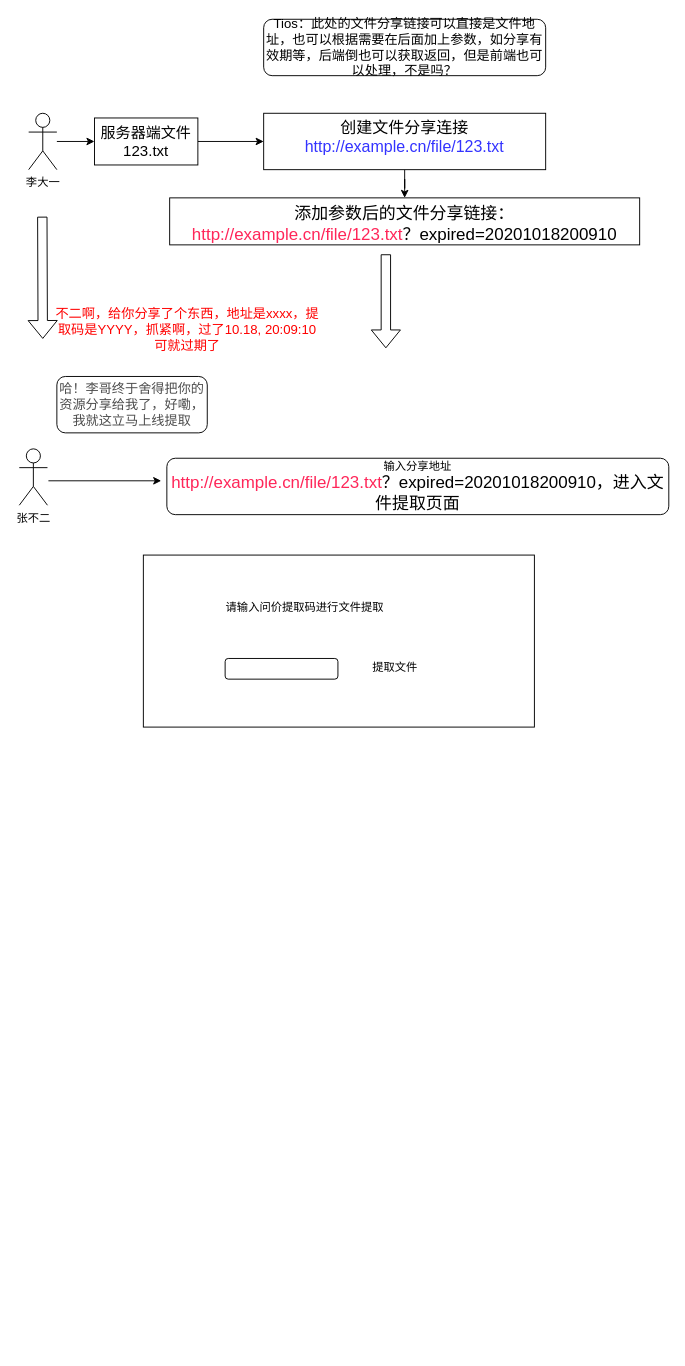
This is Untitled Diagram.drawio from simplesmall/DrawIO, a draw.io file, before an edit. Source tidied: cells renumbered, new cells numbered last; positions are measured from the earlier drawing's top-left corner, leaving out a move shared by most shapes. Both pictures are drawn from the tidied source at 94%, with x=0, y=0 at pixel (19, 19).
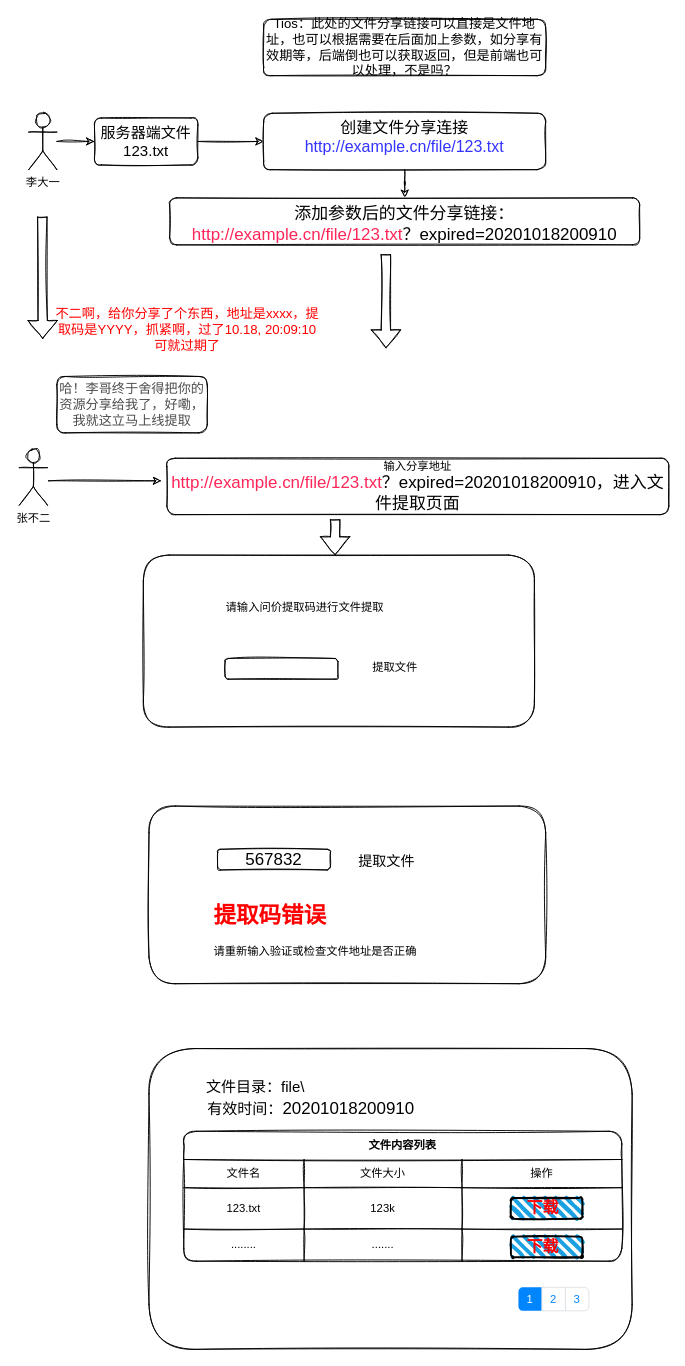
The same diagram, later.

What changed in the source:
```diff
@@
-    <mxCell id="2" style="edgeStyle=orthogonalEdgeStyle;rounded=0;jettySize=auto;html=1;" parent="1" edge="1" source="3" target="5">
+    <mxCell id="2" style="edgeStyle=orthogonalEdgeStyle;jettySize=auto;html=1;sketch=1;" parent="1" edge="1" source="3" target="5">
       <mxGeometry relative="1" as="geometry" />
     </mxCell>
-    <mxCell id="3" value="李大一" style="shape=umlActor;verticalLabelPosition=bottom;verticalAlign=top;html=1;outlineConnect=0;" parent="1" vertex="1">
+    <mxCell id="3" value="李大一" style="shape=umlActor;verticalLabelPosition=bottom;verticalAlign=top;html=1;outlineConnect=0;sketch=1;rounded=1;" parent="1" vertex="1">
       <mxGeometry x="10" y="100" width="30" height="60" as="geometry" />
     </mxCell>
-    <mxCell id="4" style="edgeStyle=orthogonalEdgeStyle;rounded=0;jettySize=auto;html=1;" parent="1" edge="1" source="5" target="7">
+    <mxCell id="4" style="edgeStyle=orthogonalEdgeStyle;jettySize=auto;html=1;sketch=1;" parent="1" edge="1" source="5" target="7">
       <mxGeometry relative="1" as="geometry" />
     </mxCell>
-    <mxCell id="5" value="&lt;font style=&quot;font-size: 16px&quot;&gt;服务器端文件&lt;br&gt;123.txt&lt;/font&gt;" style="whiteSpace=wrap;html=1;verticalAlign=top;" parent="1" vertex="1">
+    <mxCell id="5" value="&lt;font style=&quot;font-size: 16px&quot;&gt;服务器端文件&lt;br&gt;123.txt&lt;/font&gt;" style="whiteSpace=wrap;html=1;verticalAlign=top;sketch=1;rounded=1;" parent="1" vertex="1">
       <mxGeometry x="80" y="105" width="110" height="50" as="geometry" />
     </mxCell>
-    <mxCell id="6" style="edgeStyle=orthogonalEdgeStyle;rounded=0;jettySize=auto;html=1;" parent="1" edge="1" source="7" target="10">
+    <mxCell id="6" style="edgeStyle=orthogonalEdgeStyle;jettySize=auto;html=1;sketch=1;" parent="1" edge="1" source="7" target="10">
       <mxGeometry relative="1" as="geometry" />
     </mxCell>
-    <mxCell id="7" value="&lt;font style=&quot;font-size: 17px&quot;&gt;创建文件分享连接&lt;br&gt;&lt;font color=&quot;#3333ff&quot;&gt;http://example.cn/file/123.txt&lt;/font&gt;&lt;/font&gt;" style="whiteSpace=wrap;html=1;verticalAlign=top;" parent="1" vertex="1">
+    <mxCell id="7" value="&lt;font style=&quot;font-size: 17px&quot;&gt;创建文件分享连接&lt;br&gt;&lt;font color=&quot;#3333ff&quot;&gt;http://example.cn/file/123.txt&lt;/font&gt;&lt;/font&gt;" style="whiteSpace=wrap;html=1;verticalAlign=top;sketch=1;rounded=1;" parent="1" vertex="1">
       <mxGeometry x="260" y="100" width="300" height="60" as="geometry" />
     </mxCell>
-    <mxCell id="8" style="shape=flexArrow;endArrow=classic;html=1;" parent="1" edge="1">
+    <mxCell id="8" style="shape=flexArrow;endArrow=classic;html=1;sketch=1;" parent="1" edge="1">
       <mxGeometry relative="1" as="geometry">
         <mxPoint x="390" y="250" as="sourcePoint" />
         <mxPoint x="390" y="350" as="targetPoint" />
       </mxGeometry>
     </mxCell>
-    <mxCell id="9" value="&lt;font style=&quot;font-size: 14px&quot;&gt;Tios：此处的文件分享链接可以直接是文件地址，也可以根据需要在后面加上参数，如分享有效期等，后端倒也可以获取返回，但是前端也可以处理，不是吗？&lt;/font&gt;" style="rounded=1;whiteSpace=wrap;html=1;" parent="1" vertex="1">
+    <mxCell id="9" value="&lt;font style=&quot;font-size: 14px&quot;&gt;Tios：此处的文件分享链接可以直接是文件地址，也可以根据需要在后面加上参数，如分享有效期等，后端倒也可以获取返回，但是前端也可以处理，不是吗？&lt;/font&gt;" style="whiteSpace=wrap;html=1;sketch=1;rounded=1;" parent="1" vertex="1">
       <mxGeometry x="260" width="300" height="60" as="geometry" />
     </mxCell>
-    <mxCell id="10" value="&lt;font style=&quot;font-size: 18px&quot;&gt;添加参数后的文件分享链接：&lt;br&gt;&lt;font color=&quot;#ff2659&quot;&gt;http://example.cn/file/123.txt&lt;/font&gt;？expired=20201018200910&lt;/font&gt;" style="whiteSpace=wrap;html=1;verticalAlign=top;" parent="1" vertex="1">
+    <mxCell id="10" value="&lt;font style=&quot;font-size: 18px&quot;&gt;添加参数后的文件分享链接：&lt;br&gt;&lt;font color=&quot;#ff2659&quot;&gt;http://example.cn/file/123.txt&lt;/font&gt;？expired=20201018200910&lt;/font&gt;" style="whiteSpace=wrap;html=1;verticalAlign=top;sketch=1;rounded=1;" parent="1" vertex="1">
       <mxGeometry x="160" y="190" width="500" height="50" as="geometry" />
     </mxCell>
-    <mxCell id="11" style="shape=flexArrow;endArrow=classic;html=1;" parent="1" edge="1">
+    <mxCell id="11" style="shape=flexArrow;endArrow=classic;html=1;sketch=1;" parent="1" edge="1">
       <mxGeometry relative="1" as="geometry">
         <mxPoint x="24.5" y="210" as="sourcePoint" />
         <mxPoint x="25" y="340" as="targetPoint" />
       </mxGeometry>
     </mxCell>
-    <mxCell id="12" value="&lt;font color=&quot;#ff0000&quot; style=&quot;font-size: 14px&quot;&gt;不二啊，给你分享了个东西，地址是xxxx，提取码是YYYY，抓紧啊，过了10.18, 20:09:10可就过期了&lt;/font&gt;" style="text;html=1;strokeColor=none;fillColor=none;align=center;verticalAlign=middle;whiteSpace=wrap;rounded=0;" parent="1" vertex="1">
+    <mxCell id="12" value="&lt;font color=&quot;#ff0000&quot; style=&quot;font-size: 14px&quot;&gt;不二啊，给你分享了个东西，地址是xxxx，提取码是YYYY，抓紧啊，过了10.18, 20:09:10可就过期了&lt;/font&gt;" style="text;html=1;strokeColor=none;fillColor=none;align=center;verticalAlign=middle;whiteSpace=wrap;sketch=1;rounded=1;" parent="1" vertex="1">
       <mxGeometry x="34" y="320" width="290" height="20" as="geometry" />
     </mxCell>
-    <mxCell id="13" style="edgeStyle=orthogonalEdgeStyle;rounded=0;orthogonalLoop=1;jettySize=auto;html=1;" parent="1" edge="1">
+    <mxCell id="13" style="edgeStyle=orthogonalEdgeStyle;orthogonalLoop=1;jettySize=auto;html=1;sketch=1;" parent="1" edge="1">
       <mxGeometry relative="1" as="geometry">
         <mxPoint x="31" y="491" as="sourcePoint" />
         <mxPoint x="151" y="491" as="targetPoint" />
       </mxGeometry>
     </mxCell>
-    <mxCell id="14" value="张不二" style="shape=umlActor;verticalLabelPosition=bottom;verticalAlign=top;html=1;" parent="1" vertex="1">
+    <mxCell id="14" value="张不二" style="shape=umlActor;verticalLabelPosition=bottom;verticalAlign=top;html=1;sketch=1;rounded=1;" parent="1" vertex="1">
       <mxGeometry y="457" width="30" height="60" as="geometry" />
     </mxCell>
-    <mxCell id="15" value="&lt;font style=&quot;font-size: 14px&quot; color=&quot;#4d4d4d&quot;&gt;哈！李哥终于舍得把你的资源分享给我了，好嘞，我就这立马上线提取&lt;/font&gt;" style="rounded=1;whiteSpace=wrap;html=1;" parent="1" vertex="1">
+    <mxCell id="15" value="&lt;font style=&quot;font-size: 14px&quot; color=&quot;#4d4d4d&quot;&gt;哈！李哥终于舍得把你的资源分享给我了，好嘞，我就这立马上线提取&lt;/font&gt;" style="whiteSpace=wrap;html=1;sketch=1;rounded=1;" parent="1" vertex="1">
       <mxGeometry x="40" y="380" width="160" height="60" as="geometry" />
     </mxCell>
-    <mxCell id="16" value="输入分享地址&lt;br&gt;&lt;font color=&quot;#ff2659&quot; style=&quot;font-size: 18px&quot;&gt;http://example.cn/file/123.txt&lt;/font&gt;&lt;span style=&quot;font-size: 18px&quot;&gt;？expired=20201018200910，进入文件提取页面&lt;/span&gt;" style="rounded=1;whiteSpace=wrap;html=1;" parent="1" vertex="1">
+    <mxCell id="16" value="输入分享地址&lt;br&gt;&lt;font color=&quot;#ff2659&quot; style=&quot;font-size: 18px&quot;&gt;http://example.cn/file/123.txt&lt;/font&gt;&lt;span style=&quot;font-size: 18px&quot;&gt;？expired=20201018200910，进入文件提取页面&lt;/span&gt;" style="whiteSpace=wrap;html=1;sketch=1;rounded=1;" parent="1" vertex="1">
       <mxGeometry x="157" y="467" width="534" height="60" as="geometry" />
     </mxCell>
-    <mxCell id="17" style="rounded=0;whiteSpace=wrap;html=1;" parent="1" vertex="1">
+    <mxCell id="17" style="whiteSpace=wrap;html=1;sketch=1;rounded=1;" parent="1" vertex="1">
       <mxGeometry x="132" y="570" width="416" height="183" as="geometry" />
     </mxCell>
-    <mxCell id="18" style="rounded=1;whiteSpace=wrap;html=1;" parent="1" vertex="1">
+    <mxCell id="18" style="whiteSpace=wrap;html=1;sketch=1;rounded=1;" parent="1" vertex="1">
       <mxGeometry x="219" y="680" width="120" height="22" as="geometry" />
     </mxCell>
-    <mxCell id="19" value="请输入问价提取码进行文件提取" style="text;html=1;strokeColor=none;fillColor=none;align=center;verticalAlign=middle;whiteSpace=wrap;rounded=0;" parent="1" vertex="1">
+    <mxCell id="19" value="请输入问价提取码进行文件提取" style="text;html=1;strokeColor=none;fillColor=none;align=center;verticalAlign=middle;whiteSpace=wrap;sketch=1;rounded=1;" parent="1" vertex="1">
       <mxGeometry x="217" y="616" width="174" height="20" as="geometry" />
     </mxCell>
-    <mxCell id="20" value="提取文件" style="text;html=1;strokeColor=none;fillColor=none;align=center;verticalAlign=middle;whiteSpace=wrap;rounded=0;" parent="1" vertex="1">
+    <mxCell id="20" value="提取文件" style="text;html=1;strokeColor=none;fillColor=none;align=center;verticalAlign=middle;whiteSpace=wrap;sketch=1;rounded=1;" parent="1" vertex="1">
       <mxGeometry x="366" y="680" width="68" height="20" as="geometry" />
     </mxCell>
+    <mxCell id="21" style="shape=flexArrow;endArrow=classic;html=1;sketch=1;" parent="1" edge="1">
+      <mxGeometry relative="1" as="geometry">
+        <mxPoint x="336" y="532" as="sourcePoint" />
+        <mxPoint x="336" y="570" as="targetPoint" />
+      </mxGeometry>
+    </mxCell>
+    <mxCell id="22" style="rounded=1;whiteSpace=wrap;html=1;sketch=1;" parent="1" vertex="1">
+      <mxGeometry x="138" y="837" width="422" height="189" as="geometry" />
+    </mxCell>
+    <mxCell id="23" value="&lt;font style=&quot;font-size: 18px&quot;&gt;567832&lt;/font&gt;" style="whiteSpace=wrap;html=1;sketch=1;rounded=1;" parent="1" vertex="1">
+      <mxGeometry x="211" y="883" width="120" height="22" as="geometry" />
+    </mxCell>
+    <mxCell id="24" value="&lt;font style=&quot;font-size: 15px&quot;&gt;提取文件&lt;/font&gt;" style="text;html=1;strokeColor=none;fillColor=none;align=center;verticalAlign=middle;whiteSpace=wrap;sketch=1;rounded=1;" parent="1" vertex="1">
+      <mxGeometry x="357" y="885" width="68" height="20" as="geometry" />
+    </mxCell>
+    <mxCell id="25" value="&lt;h1&gt;&lt;font color=&quot;#ff0000&quot;&gt;提取码错误&lt;/font&gt;&lt;/h1&gt;&lt;p&gt;请重新输入验证或检查文件地址是否正确&lt;/p&gt;" style="text;html=1;strokeColor=none;fillColor=none;spacing=5;spacingTop=-20;whiteSpace=wrap;overflow=hidden;rounded=0;sketch=1;" parent="1" vertex="1">
+      <mxGeometry x="202" y="934" width="263" height="67" as="geometry" />
+    </mxCell>
+    <mxCell id="26" style="rounded=1;whiteSpace=wrap;html=1;sketch=1;" parent="1" vertex="1">
+      <mxGeometry x="138" y="1095" width="514" height="320" as="geometry" />
+    </mxCell>
+    <mxCell id="27" value="&lt;font style=&quot;font-size: 16px&quot;&gt;文件目录：file\&lt;/font&gt;" style="text;html=1;strokeColor=none;fillColor=none;align=center;verticalAlign=middle;whiteSpace=wrap;rounded=0;sketch=1;" parent="1" vertex="1">
+      <mxGeometry x="179" y="1126" width="145" height="20" as="geometry" />
+    </mxCell>
+    <mxCell id="28" value="&lt;span style=&quot;font-size: 16px&quot;&gt;有效时间：&lt;/span&gt;&lt;span style=&quot;font-size: 18px&quot;&gt;20201018200910&lt;/span&gt;" style="text;html=1;strokeColor=none;fillColor=none;align=center;verticalAlign=middle;whiteSpace=wrap;rounded=0;sketch=1;" parent="1" vertex="1">
+      <mxGeometry x="179" y="1149" width="263" height="20" as="geometry" />
+    </mxCell>
+    <mxCell id="29" style="html=1;shadow=0;dashed=0;shape=mxgraph.bootstrap.rrect;rSize=5;strokeColor=#DEE2E6;html=1;whiteSpace=wrap;fillColor=#ffffff;fontColor=#0085FC;rounded=1;sketch=1;" parent="1" vertex="1">
+      <mxGeometry x="531" y="1349" width="75" height="25" as="geometry" />
+    </mxCell>
+    <mxCell id="30" value="1" style="strokeColor=inherit;fillColor=inherit;gradientColor=inherit;html=1;shadow=0;dashed=0;shape=mxgraph.bootstrap.leftButton;rSize=5;perimeter=none;whiteSpace=wrap;fillColor=#0085FC;strokeColor=none;fontColor=#ffffff;fontSize=12;" parent="29" vertex="1">
+      <mxGeometry width="25" height="25" relative="1" as="geometry" />
+    </mxCell>
+    <mxCell id="31" value="2" style="strokeColor=inherit;fillColor=inherit;gradientColor=inherit;fontColor=inherit;html=1;shadow=0;dashed=0;perimeter=none;whiteSpace=wrap;fontSize=12;" parent="29" vertex="1">
+      <mxGeometry width="25" height="25" relative="1" as="geometry">
+        <mxPoint x="25" as="offset" />
+      </mxGeometry>
+    </mxCell>
+    <mxCell id="32" value="3" style="strokeColor=inherit;fillColor=inherit;gradientColor=inherit;fontColor=inherit;html=1;shadow=0;dashed=0;shape=mxgraph.bootstrap.rightButton;rSize=5;perimeter=none;whiteSpace=wrap;fontSize=12;" parent="29" vertex="1">
+      <mxGeometry x="1" width="25" height="25" relative="1" as="geometry">
+        <mxPoint x="-25" as="offset" />
+      </mxGeometry>
+    </mxCell>
+    <mxCell id="33" value="文件内容列表" style="shape=table;html=1;whiteSpace=wrap;startSize=30;childLayout=tableLayout;fontStyle=1;align=center;rounded=1;sketch=1;" parent="1" vertex="1">
+      <mxGeometry x="175" y="1183" width="466" height="138.2" as="geometry" />
+    </mxCell>
+    <mxCell id="34" style="shape=partialRectangle;html=1;whiteSpace=wrap;fillColor=none;top=0;left=0;bottom=0;right=0;" parent="33" vertex="1">
+      <mxGeometry y="30" width="466" height="30" as="geometry" />
+    </mxCell>
+    <mxCell id="35" value="文件名" style="shape=partialRectangle;html=1;whiteSpace=wrap;fillColor=none;top=0;left=0;bottom=0;right=0;overflow=hidden;" parent="34" vertex="1">
+      <mxGeometry width="128" height="30" as="geometry" />
+    </mxCell>
+    <mxCell id="36" value="文件大小" style="shape=partialRectangle;html=1;whiteSpace=wrap;fillColor=none;top=0;left=0;bottom=0;right=0;overflow=hidden;" parent="34" vertex="1">
+      <mxGeometry x="128" width="168" height="30" as="geometry" />
+    </mxCell>
+    <mxCell id="37" value="操作" style="shape=partialRectangle;html=1;whiteSpace=wrap;fillColor=none;top=0;left=0;bottom=0;right=0;overflow=hidden;" parent="34" vertex="1">
+      <mxGeometry x="296" width="170" height="30" as="geometry" />
+    </mxCell>
+    <mxCell id="38" style="shape=partialRectangle;html=1;whiteSpace=wrap;fillColor=none;top=0;left=0;bottom=0;right=0;" parent="33" vertex="1">
+      <mxGeometry y="60" width="466" height="44" as="geometry" />
+    </mxCell>
+    <mxCell id="39" value="123.txt" style="shape=partialRectangle;html=1;whiteSpace=wrap;fillColor=none;top=0;left=0;bottom=0;right=0;overflow=hidden;" parent="38" vertex="1">
+      <mxGeometry width="128" height="44" as="geometry" />
+    </mxCell>
+    <mxCell id="40" value="123k" style="shape=partialRectangle;html=1;whiteSpace=wrap;fillColor=none;top=0;left=0;bottom=0;right=0;overflow=hidden;" parent="38" vertex="1">
+      <mxGeometry x="128" width="168" height="44" as="geometry" />
+    </mxCell>
+    <mxCell id="41" style="shape=partialRectangle;html=1;whiteSpace=wrap;fillColor=none;top=0;left=0;bottom=0;right=0;overflow=hidden;" parent="38" vertex="1">
+      <mxGeometry x="296" width="170" height="44" as="geometry" />
+    </mxCell>
+    <mxCell id="42" style="shape=partialRectangle;html=1;whiteSpace=wrap;fillColor=none;top=0;left=0;bottom=0;right=0;" parent="33" vertex="1">
+      <mxGeometry y="104" width="466" height="34" as="geometry" />
+    </mxCell>
+    <mxCell id="43" value="........" style="shape=partialRectangle;html=1;whiteSpace=wrap;fillColor=none;top=0;left=0;bottom=0;right=0;overflow=hidden;" parent="42" vertex="1">
+      <mxGeometry width="128" height="34" as="geometry" />
+    </mxCell>
+    <mxCell id="44" value="......." style="shape=partialRectangle;html=1;whiteSpace=wrap;fillColor=none;top=0;left=0;bottom=0;right=0;overflow=hidden;" parent="42" vertex="1">
+      <mxGeometry x="128" width="168" height="34" as="geometry" />
+    </mxCell>
+    <mxCell id="45" style="shape=partialRectangle;html=1;whiteSpace=wrap;fillColor=none;top=0;left=0;bottom=0;right=0;overflow=hidden;" parent="42" vertex="1">
+      <mxGeometry x="296" width="170" height="34" as="geometry" />
+    </mxCell>
+    <mxCell id="46" style="rounded=1;whiteSpace=wrap;html=1;strokeWidth=2;fillWeight=4;hachureGap=8;hachureAngle=45;fillColor=#1ba1e2;sketch=1;" parent="1" vertex="1">
+      <mxGeometry x="523" y="1254" width="76" height="22" as="geometry" />
+    </mxCell>
+    <mxCell id="47" style="rounded=1;whiteSpace=wrap;html=1;strokeWidth=2;fillWeight=4;hachureGap=8;hachureAngle=45;fillColor=#1ba1e2;sketch=1;" parent="1" vertex="1">
+      <mxGeometry x="523" y="1295" width="76" height="22" as="geometry" />
+    </mxCell>
+    <mxCell id="48" value="&lt;font style=&quot;font-size: 17px&quot; color=&quot;#ff0000&quot;&gt;&lt;b&gt;下载&lt;/b&gt;&lt;/font&gt;" style="text;html=1;strokeColor=none;fillColor=none;align=center;verticalAlign=middle;whiteSpace=wrap;rounded=0;sketch=1;" parent="1" vertex="1">
+      <mxGeometry x="537" y="1255" width="40" height="20" as="geometry" />
+    </mxCell>
+    <mxCell id="49" value="&lt;font style=&quot;font-size: 17px&quot; color=&quot;#ff0000&quot;&gt;&lt;b&gt;下载&lt;/b&gt;&lt;/font&gt;" style="text;html=1;strokeColor=none;fillColor=none;align=center;verticalAlign=middle;whiteSpace=wrap;rounded=0;sketch=1;" parent="1" vertex="1">
+      <mxGeometry x="537" y="1297" width="40" height="20" as="geometry" />
+    </mxCell>
```
